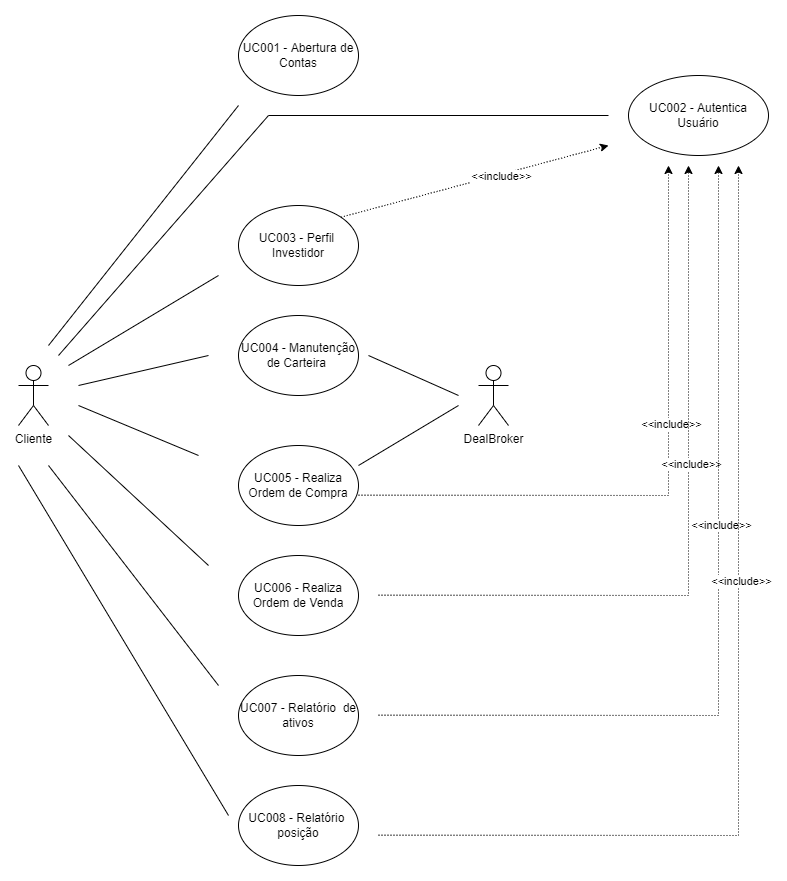
yasvitorino/StockFEI keeps this draw.io diagram as CasoDeUsoMarket.drawio.png. Above is the earlier version. Source tidied: cells renumbered, new cells last; positions are measured from the earlier drawing's top-left corner, leaving out a move shared by most shapes.
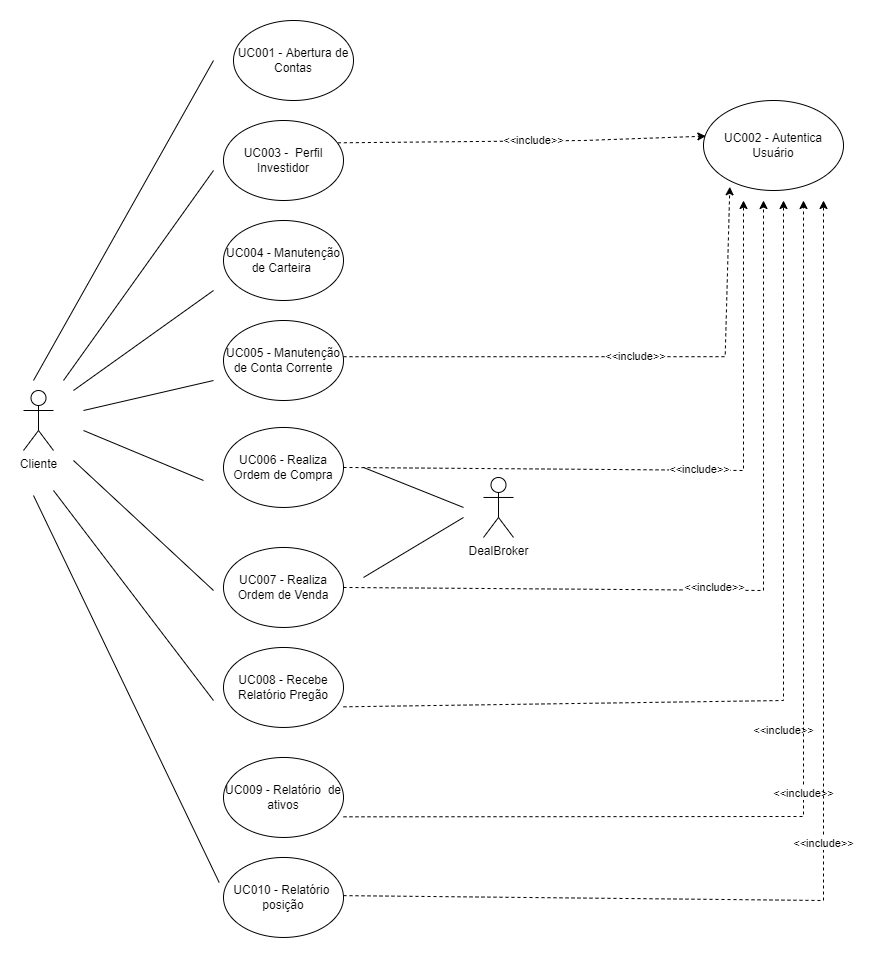
Above is the later version.

Change to the diagram source:
```diff
@@ -5,37 +5,34 @@
     <mxCell id="2" value="Cliente" style="shape=umlActor;verticalLabelPosition=bottom;verticalAlign=top;html=1;" parent="1" vertex="1">
       <mxGeometry y="350" width="30" height="60" as="geometry" />
     </mxCell>
-    <mxCell id="3" value="UC001 - Abertura de Contas" style="ellipse;whiteSpace=wrap;html=1;" parent="1" vertex="1">
-      <mxGeometry x="220" width="120" height="80" as="geometry" />
+    <mxCell id="3" value="UC008 - Recebe Relatório Pregão" style="ellipse;whiteSpace=wrap;html=1;" parent="1" vertex="1">
+      <mxGeometry x="200" y="607" width="120" height="80" as="geometry" />
     </mxCell>
     <mxCell id="4" value="UC004 - Manutenção de Carteira&amp;nbsp;" style="ellipse;whiteSpace=wrap;html=1;" parent="1" vertex="1">
-      <mxGeometry x="220" y="300" width="120" height="80" as="geometry" />
+      <mxGeometry x="200" y="180" width="120" height="80" as="geometry" />
     </mxCell>
-    <mxCell id="5" value="UC005 - Realiza Ordem de Compra" style="ellipse;whiteSpace=wrap;html=1;" parent="1" vertex="1">
-      <mxGeometry x="220" y="430" width="120" height="80" as="geometry" />
+    <mxCell id="5" value="UC006 - Realiza Ordem de Compra" style="ellipse;whiteSpace=wrap;html=1;" parent="1" vertex="1">
+      <mxGeometry x="200" y="387" width="120" height="80" as="geometry" />
     </mxCell>
-    <mxCell id="6" value="UC006 - Realiza Ordem de Venda" style="ellipse;whiteSpace=wrap;html=1;" parent="1" vertex="1">
-      <mxGeometry x="220" y="540" width="120" height="80" as="geometry" />
+    <mxCell id="6" value="UC007 - Realiza Ordem de Venda" style="ellipse;whiteSpace=wrap;html=1;" parent="1" vertex="1">
+      <mxGeometry x="200" y="507" width="120" height="80" as="geometry" />
     </mxCell>
-    <mxCell id="7" value="UC008 - Relatório&amp;nbsp; posição" style="ellipse;whiteSpace=wrap;html=1;" parent="1" vertex="1">
-      <mxGeometry x="220" y="770" width="120" height="80" as="geometry" />
+    <mxCell id="7" value="UC010 - Relatório&amp;nbsp; posição" style="ellipse;whiteSpace=wrap;html=1;" parent="1" vertex="1">
+      <mxGeometry x="200" y="817" width="120" height="80" as="geometry" />
     </mxCell>
-    <mxCell id="8" value="UC007 - Relatório&amp;nbsp; de ativos" style="ellipse;whiteSpace=wrap;html=1;" parent="1" vertex="1">
-      <mxGeometry x="220" y="660" width="120" height="80" as="geometry" />
+    <mxCell id="8" value="UC009 - Relatório&amp;nbsp; de ativos" style="ellipse;whiteSpace=wrap;html=1;" parent="1" vertex="1">
+      <mxGeometry x="200" y="717" width="120" height="80" as="geometry" />
     </mxCell>
     <mxCell id="9" style="endArrow=none;html=1;rounded=0;" parent="1" edge="1">
       <mxGeometry relative="1" as="geometry">
         <mxPoint x="40" y="340" as="sourcePoint" />
-        <mxPoint x="590" y="100" as="targetPoint" />
-        <Array as="points">
-          <mxPoint x="250" y="100" />
-        </Array>
+        <mxPoint x="190" y="130" as="targetPoint" />
       </mxGeometry>
     </mxCell>
     <mxCell id="10" style="endArrow=none;html=1;rounded=0;" parent="1" edge="1">
       <mxGeometry relative="1" as="geometry">
         <mxPoint x="50" y="350" as="sourcePoint" />
-        <mxPoint x="200" y="260" as="targetPoint" />
+        <mxPoint x="190" y="250" as="targetPoint" />
       </mxGeometry>
     </mxCell>
     <mxCell id="11" style="endArrow=none;html=1;rounded=0;" parent="1" edge="1">
@@ -59,97 +56,133 @@
     <mxCell id="14" style="endArrow=none;html=1;rounded=0;" parent="1" edge="1">
       <mxGeometry relative="1" as="geometry">
         <mxPoint x="30" y="450" as="sourcePoint" />
-        <mxPoint x="200" y="670" as="targetPoint" />
+        <mxPoint x="190" y="660" as="targetPoint" />
       </mxGeometry>
     </mxCell>
     <mxCell id="15" value="DealBroker" style="shape=umlActor;verticalLabelPosition=bottom;verticalAlign=top;html=1;" parent="1" vertex="1">
-      <mxGeometry x="460" y="350" width="30" height="60" as="geometry" />
+      <mxGeometry x="460" y="437" width="30" height="60" as="geometry" />
     </mxCell>
     <mxCell id="16" style="endArrow=none;html=1;rounded=0;" parent="1" edge="1">
       <mxGeometry relative="1" as="geometry">
-        <mxPoint x="340" y="450" as="sourcePoint" />
-        <mxPoint x="440" y="390" as="targetPoint" />
+        <mxPoint x="340" y="537" as="sourcePoint" />
+        <mxPoint x="440" y="477" as="targetPoint" />
       </mxGeometry>
     </mxCell>
     <mxCell id="17" style="endArrow=none;html=1;rounded=0;" parent="1" edge="1">
       <mxGeometry relative="1" as="geometry">
-        <mxPoint x="350" y="340" as="sourcePoint" />
-        <mxPoint x="440" y="380" as="targetPoint" />
+        <mxPoint x="340" y="427" as="sourcePoint" />
+        <mxPoint x="440" y="467" as="targetPoint" />
       </mxGeometry>
     </mxCell>
+    <mxCell id="20" value="UC002 - Autentica Usuário" style="ellipse;whiteSpace=wrap;html=1;" parent="1" vertex="1">
+      <mxGeometry x="680" y="60" width="140" height="90" as="geometry" />
+    </mxCell>
-    <mxCell id="18" value="UC003 - Perfil&amp;nbsp; Investidor" style="ellipse;whiteSpace=wrap;html=1;" parent="1" vertex="1">
-      <mxGeometry x="220" y="190" width="120" height="80" as="geometry" />
+    <mxCell id="18" value="UC003 -&amp;nbsp; Perfil Investidor" style="ellipse;whiteSpace=wrap;html=1;" parent="1" vertex="1">
+      <mxGeometry x="200" y="80" width="120" height="80" as="geometry" />
     </mxCell>
-    <mxCell id="19" style="endArrow=none;html=1;rounded=0;" parent="1" edge="1">
-      <mxGeometry relative="1" as="geometry">
-        <mxPoint y="450" as="sourcePoint" />
-        <mxPoint x="210" y="800" as="targetPoint" />
-      </mxGeometry>
-    </mxCell>
-    <mxCell id="20" value="UC002 - Autentica Usuário" style="ellipse;whiteSpace=wrap;html=1;" parent="1" vertex="1">
-      <mxGeometry x="610" y="60" width="140" height="80" as="geometry" />
-    </mxCell>
-    <mxCell id="21" style="endArrow=none;html=1;rounded=0;" parent="1" edge="1">
-      <mxGeometry relative="1" as="geometry">
-        <mxPoint x="30" y="330" as="sourcePoint" />
-        <mxPoint x="220" y="90" as="targetPoint" />
-      </mxGeometry>
-    </mxCell>
-    <mxCell id="22" style="endArrow=classic;html=1;rounded=0;dashed=1;dashPattern=1 2;exitX=1;exitY=0;exitDx=0;exitDy=0;" parent="1" edge="1" source="18">
-      <mxGeometry relative="1" as="geometry">
-        <mxPoint x="590" y="130" as="targetPoint" />
-      </mxGeometry>
-    </mxCell>
-    <mxCell id="23" value="&amp;lt;&amp;lt;include&amp;gt;&amp;gt;" style="edgeLabel;html=1;align=center;verticalAlign=middle;" parent="22" vertex="1">
-      <mxGeometry x="0.19" y="-2" relative="1" as="geometry" />
-    </mxCell>
-    <mxCell id="24" style="endArrow=classic;html=1;rounded=0;dashed=1;dashPattern=1 2;exitX=1;exitY=0;exitDx=0;exitDy=0;" parent="1" edge="1">
-      <mxGeometry relative="1" as="geometry">
-        <mxPoint x="340" y="479.7" as="sourcePoint" />
-        <mxPoint x="650" y="150" as="targetPoint" />
-        <Array as="points">
-          <mxPoint x="650" y="480" />
-        </Array>
-      </mxGeometry>
-    </mxCell>
-    <mxCell id="25" value="&amp;lt;&amp;lt;include&amp;gt;&amp;gt;" style="edgeLabel;html=1;align=center;verticalAlign=middle;" parent="24" vertex="1">
-      <mxGeometry x="0.19" y="-2" relative="1" as="geometry" />
-    </mxCell>
-    <mxCell id="26" style="endArrow=classic;html=1;rounded=0;dashed=1;dashPattern=1 2;exitX=1;exitY=0;exitDx=0;exitDy=0;" parent="1" edge="1">
-      <mxGeometry relative="1" as="geometry">
-        <mxPoint x="360" y="579.7" as="sourcePoint" />
-        <mxPoint x="670" y="150" as="targetPoint" />
-        <Array as="points">
-          <mxPoint x="670" y="580" />
-        </Array>
-      </mxGeometry>
-    </mxCell>
-    <mxCell id="27" value="&amp;lt;&amp;lt;include&amp;gt;&amp;gt;" style="edgeLabel;html=1;align=center;verticalAlign=middle;" parent="26" vertex="1">
-      <mxGeometry x="0.19" y="-2" relative="1" as="geometry" />
-    </mxCell>
-    <mxCell id="28" style="endArrow=classic;html=1;rounded=0;dashed=1;dashPattern=1 2;exitX=1;exitY=0;exitDx=0;exitDy=0;" parent="1" edge="1">
-      <mxGeometry relative="1" as="geometry">
-        <mxPoint x="360" y="699.7" as="sourcePoint" />
-        <mxPoint x="700" y="150" as="targetPoint" />
-        <Array as="points">
-          <mxPoint x="700" y="700" />
-        </Array>
-      </mxGeometry>
-    </mxCell>
-    <mxCell id="29" value="&amp;lt;&amp;lt;include&amp;gt;&amp;gt;" style="edgeLabel;html=1;align=center;verticalAlign=middle;" parent="28" vertex="1">
-      <mxGeometry x="0.19" y="-2" relative="1" as="geometry" />
-    </mxCell>
-    <mxCell id="30" style="endArrow=classic;html=1;rounded=0;dashed=1;dashPattern=1 2;exitX=1;exitY=0;exitDx=0;exitDy=0;" parent="1" edge="1">
-      <mxGeometry relative="1" as="geometry">
-        <mxPoint x="360" y="819.7" as="sourcePoint" />
-        <mxPoint x="720" y="150" as="targetPoint" />
-        <Array as="points">
-          <mxPoint x="720" y="820" />
-        </Array>
-      </mxGeometry>
-    </mxCell>
-    <mxCell id="31" value="&amp;lt;&amp;lt;include&amp;gt;&amp;gt;" style="edgeLabel;html=1;align=center;verticalAlign=middle;" parent="30" vertex="1">
-      <mxGeometry x="0.19" y="-2" relative="1" as="geometry" />
-    </mxCell>
+    <mxCell id="32" style="endArrow=none;html=1;rounded=0;" parent="1" edge="1">
+      <mxGeometry relative="1" as="geometry">
+        <mxPoint x="10" y="340" as="sourcePoint" />
+        <mxPoint x="190" y="20" as="targetPoint" />
+      </mxGeometry>
+    </mxCell>
+    <mxCell id="33" value="UC001 - Abertura de Contas" style="ellipse;whiteSpace=wrap;html=1;" parent="1" vertex="1">
+      <mxGeometry x="210" y="-20" width="120" height="80" as="geometry" />
+    </mxCell>
+    <mxCell id="34" style="endArrow=none;html=1;rounded=0;entryX=-0.036;entryY=0.313;entryDx=0;entryDy=0;entryPerimeter=0;" parent="1" edge="1" target="7">
+      <mxGeometry relative="1" as="geometry">
+        <mxPoint x="10" y="455" as="sourcePoint" />
+      </mxGeometry>
+    </mxCell>
+    <mxCell id="35" style="endArrow=classic;html=1;rounded=0;exitX=1;exitY=0.5;exitDx=0;exitDy=0;dashed=1;" parent="1" edge="1" source="5">
+      <mxGeometry relative="1" as="geometry">
+        <mxPoint x="720" y="160" as="targetPoint" />
+        <Array as="points">
+          <mxPoint x="720" y="430" />
+        </Array>
+      </mxGeometry>
+    </mxCell>
+    <mxCell id="36" value="&amp;lt;&amp;lt;include&amp;gt;&amp;gt;&lt;br&gt;" style="edgeLabel;html=1;align=center;verticalAlign=middle;" parent="35" vertex="1">
+      <mxGeometry x="0.06" y="1" relative="1" as="geometry" />
+    </mxCell>
+    <mxCell id="37" style="endArrow=classic;html=1;rounded=0;exitX=1;exitY=0.5;exitDx=0;exitDy=0;dashed=1;" parent="1" edge="1" source="6">
+      <mxGeometry relative="1" as="geometry">
+        <mxPoint x="740" y="160" as="targetPoint" />
+        <Array as="points">
+          <mxPoint x="740" y="550" />
+        </Array>
+      </mxGeometry>
+    </mxCell>
+    <mxCell id="38" value="&amp;lt;&amp;lt;include&amp;gt;&amp;gt;&lt;br&gt;" style="edgeLabel;html=1;align=center;verticalAlign=middle;" parent="37" vertex="1">
+      <mxGeometry x="0.06" y="1" relative="1" as="geometry">
+        <mxPoint x="-49" y="6" as="offset" />
+      </mxGeometry>
+    </mxCell>
+    <mxCell id="39" style="endArrow=classic;html=1;rounded=0;exitX=1;exitY=0.5;exitDx=0;exitDy=0;dashed=1;" parent="1" edge="1">
+      <mxGeometry relative="1" as="geometry">
+        <mxPoint x="320" y="666.3" as="sourcePoint" />
+        <mxPoint x="760" y="160" as="targetPoint" />
+        <Array as="points">
+          <mxPoint x="760" y="660" />
+        </Array>
+      </mxGeometry>
+    </mxCell>
+    <mxCell id="40" value="&amp;lt;&amp;lt;include&amp;gt;&amp;gt;&lt;br&gt;" style="edgeLabel;html=1;align=center;verticalAlign=middle;" parent="39" vertex="1">
+      <mxGeometry x="0.06" y="1" relative="1" as="geometry">
+        <mxPoint y="87" as="offset" />
+      </mxGeometry>
+    </mxCell>
+    <mxCell id="41" style="endArrow=classic;html=1;rounded=0;exitX=1;exitY=0.5;exitDx=0;exitDy=0;dashed=1;" parent="1" edge="1">
+      <mxGeometry relative="1" as="geometry">
+        <mxPoint x="320" y="776.3" as="sourcePoint" />
+        <mxPoint x="780" y="160" as="targetPoint" />
+        <Array as="points">
+          <mxPoint x="780" y="776" />
+        </Array>
+      </mxGeometry>
+    </mxCell>
+    <mxCell id="42" value="&amp;lt;&amp;lt;include&amp;gt;&amp;gt;&lt;br&gt;" style="edgeLabel;html=1;align=center;verticalAlign=middle;" parent="41" vertex="1">
+      <mxGeometry x="0.06" y="1" relative="1" as="geometry">
+        <mxPoint y="87" as="offset" />
+      </mxGeometry>
+    </mxCell>
+    <mxCell id="43" value="UC005 - Manutenção de Conta Corrente" style="ellipse;whiteSpace=wrap;html=1;" parent="1" vertex="1">
+      <mxGeometry x="200" y="280" width="120" height="80" as="geometry" />
+    </mxCell>
+    <mxCell id="44" style="endArrow=classic;html=1;rounded=0;entryX=0.188;entryY=0.959;entryDx=0;entryDy=0;exitX=0.986;exitY=0.288;exitDx=0;exitDy=0;exitPerimeter=0;dashed=1;entryPerimeter=0;" parent="1" edge="1" target="20">
+      <mxGeometry relative="1" as="geometry">
+        <mxPoint x="320" y="316.2" as="sourcePoint" />
+        <Array as="points">
+          <mxPoint x="701.7" y="316.2" />
+        </Array>
+      </mxGeometry>
+    </mxCell>
+    <mxCell id="45" value="&amp;lt;&amp;lt;include&amp;gt;&amp;gt;&lt;br&gt;" style="edgeLabel;html=1;align=center;verticalAlign=middle;" parent="44" vertex="1">
+      <mxGeometry x="0.06" y="1" relative="1" as="geometry" />
+    </mxCell>
+    <mxCell id="46" style="endArrow=classic;html=1;rounded=0;entryX=0.017;entryY=0.396;entryDx=0;entryDy=0;dashed=1;exitX=0.953;exitY=0.279;exitDx=0;exitDy=0;exitPerimeter=0;entryPerimeter=0;" parent="1" edge="1" source="18" target="20">
+      <mxGeometry relative="1" as="geometry">
+        <Array as="points">
+          <mxPoint x="560" y="100" />
+        </Array>
+      </mxGeometry>
+    </mxCell>
+    <mxCell id="47" value="&amp;lt;&amp;lt;include&amp;gt;&amp;gt;&lt;br&gt;" style="edgeLabel;html=1;align=center;verticalAlign=middle;" parent="46" vertex="1">
+      <mxGeometry x="0.06" y="1" relative="1" as="geometry" />
+    </mxCell>
+    <mxCell id="48" style="endArrow=classic;html=1;rounded=0;exitX=1;exitY=0.5;exitDx=0;exitDy=0;dashed=1;" parent="1" edge="1">
+      <mxGeometry relative="1" as="geometry">
+        <mxPoint x="320" y="855.1" as="sourcePoint" />
+        <mxPoint x="800" y="160" as="targetPoint" />
+        <Array as="points">
+          <mxPoint x="800" y="860" />
+        </Array>
+      </mxGeometry>
+    </mxCell>
+    <mxCell id="49" value="&amp;lt;&amp;lt;include&amp;gt;&amp;gt;&lt;br&gt;" style="edgeLabel;html=1;align=center;verticalAlign=middle;" parent="48" vertex="1">
+      <mxGeometry x="0.06" y="1" relative="1" as="geometry">
+        <mxPoint y="87" as="offset" />
+      </mxGeometry>
+    </mxCell>
   </root>
 </mxGraphModel>
```
